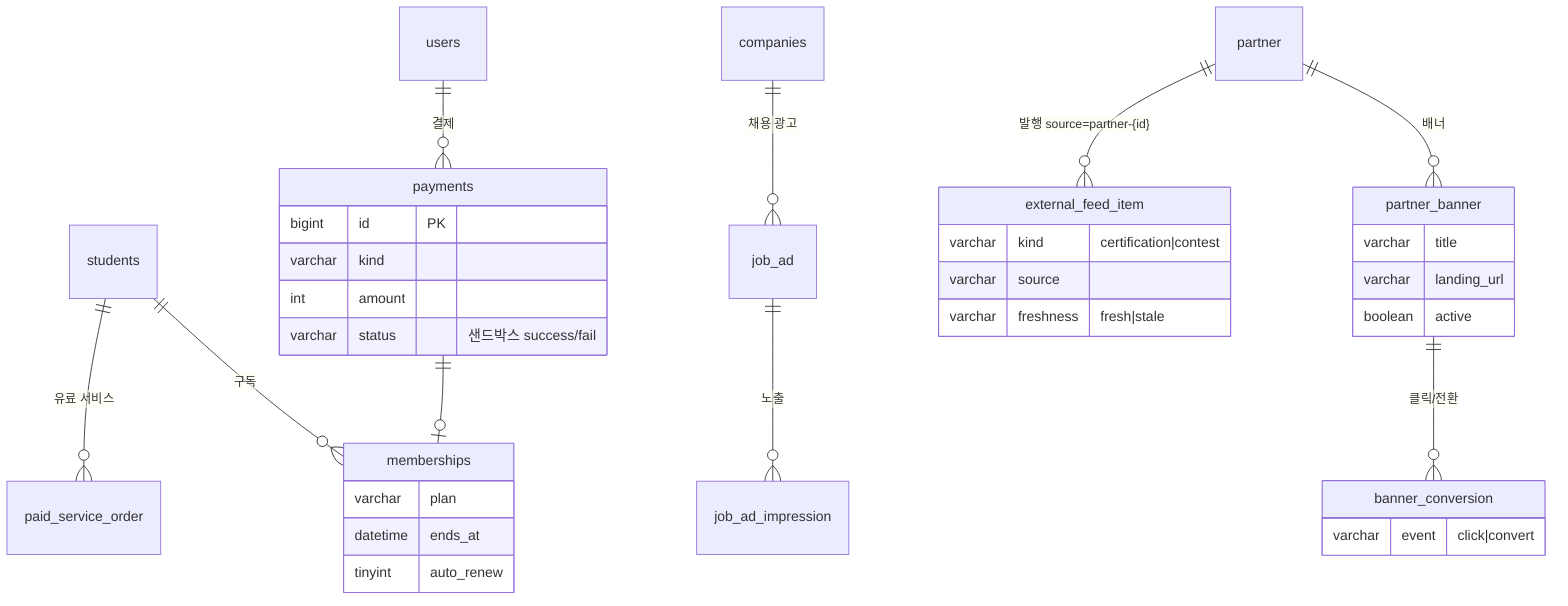
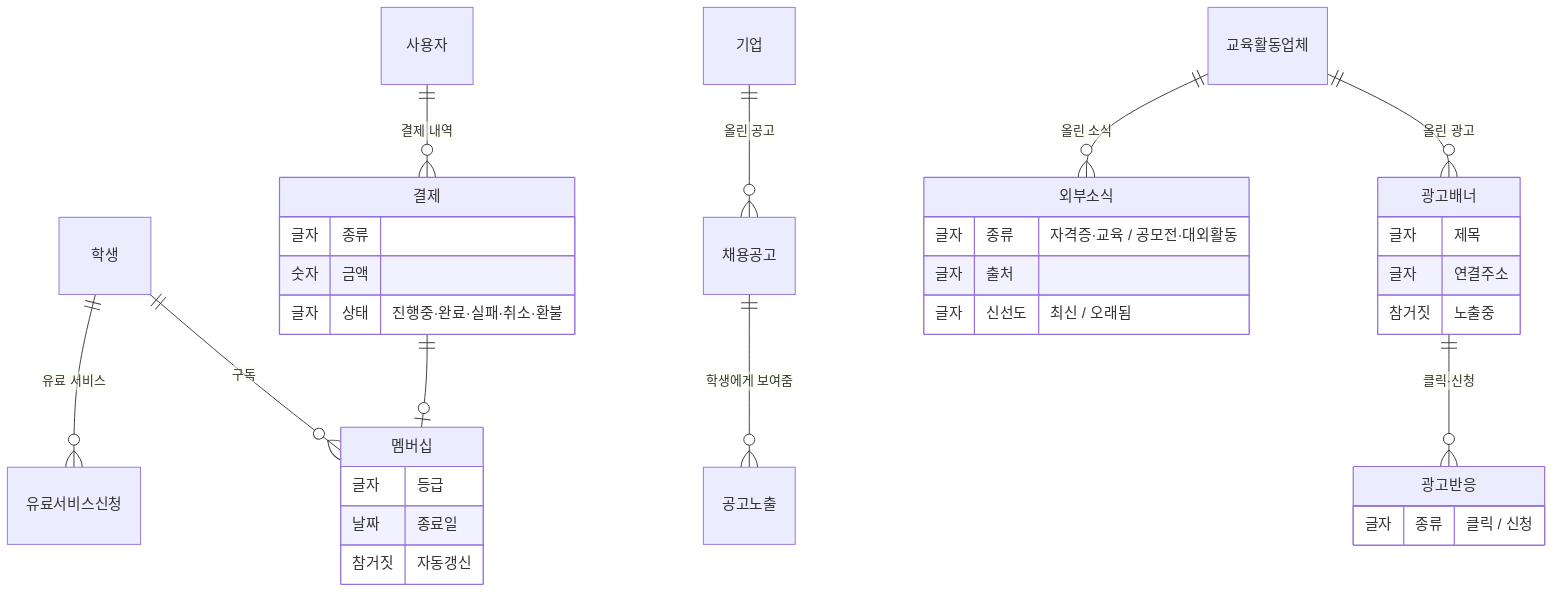
+ %% 어떤 정보들이 서로 연결되는지 — 결제·광고·제휴 편 (쉬운 말 버전)
erDiagram
-   students ||--o{ memberships : "구독"
-   users ||--o{ payments : "결제"
-   payments ||--o| memberships : ""
-   partner ||--o{ partner_banner : "배너"
-   partner_banner ||--o{ banner_conversion : "클릭/전환"
-   companies ||--o{ job_ad : "채용 광고"
-   job_ad ||--o{ job_ad_impression : "노출"
-   partner ||--o{ external_feed_item : "발행 source=partner-{id}"
-   students ||--o{ paid_service_order : "유료 서비스"
+   학생 ||--o{ 멤버십 : "구독"
+   사용자 ||--o{ 결제 : "결제 내역"
+   결제 ||--o| 멤버십 : ""
+   교육활동업체 ||--o{ 광고배너 : "올린 광고"
+   광고배너 ||--o{ 광고반응 : "클릭·신청"
+   기업 ||--o{ 채용공고 : "올린 공고"
+   채용공고 ||--o{ 공고노출 : "학생에게 보여줌"
+   교육활동업체 ||--o{ 외부소식 : "올린 소식"
+   학생 ||--o{ 유료서비스신청 : "유료 서비스"

-   payments {
-     bigint id PK
-     varchar kind
-     int amount
-     varchar status "샌드박스 success/fail"
+   결제 {
+     글자 종류
+     숫자 금액
+     글자 상태 "진행중·완료·실패·취소·환불"
  }
-   memberships {
-     varchar plan
-     datetime ends_at
-     tinyint auto_renew
+   멤버십 {
+     글자 등급
+     날짜 종료일
+     참거짓 자동갱신
  }
-   partner_banner {
-     varchar title
-     varchar landing_url
-     boolean active
+   광고배너 {
+     글자 제목
+     글자 연결주소
+     참거짓 노출중
  }
-   banner_conversion {
-     varchar event "click|convert"
+   광고반응 {
+     글자 종류 "클릭 / 신청"
  }
-   external_feed_item {
-     varchar kind "certification|contest"
-     varchar source
-     varchar freshness "fresh|stale"
+   외부소식 {
+     글자 종류 "자격증·교육 / 공모전·대외활동"
+     글자 출처
+     글자 신선도 "최신 / 오래됨"
  }
